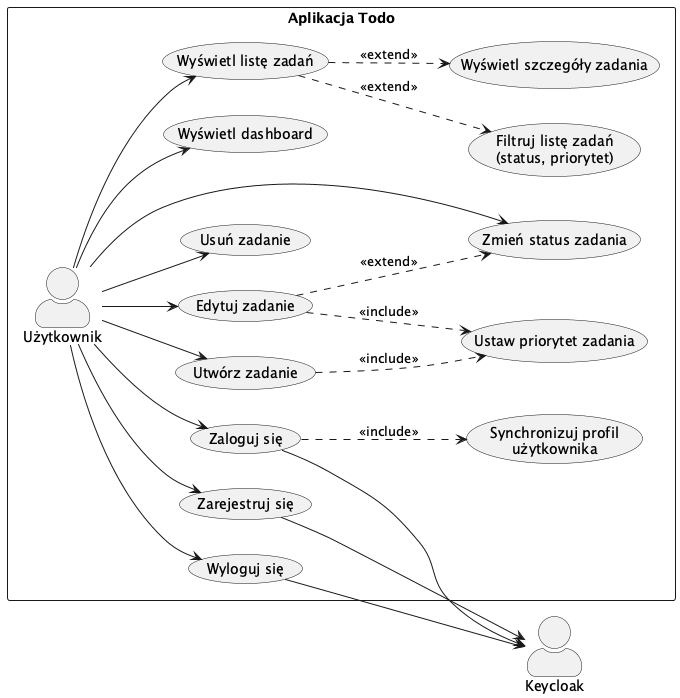
This is doc/diagrams/use_case_diagram.png from codingbart/todoapp, a PlantUML export, as it was before one commit.
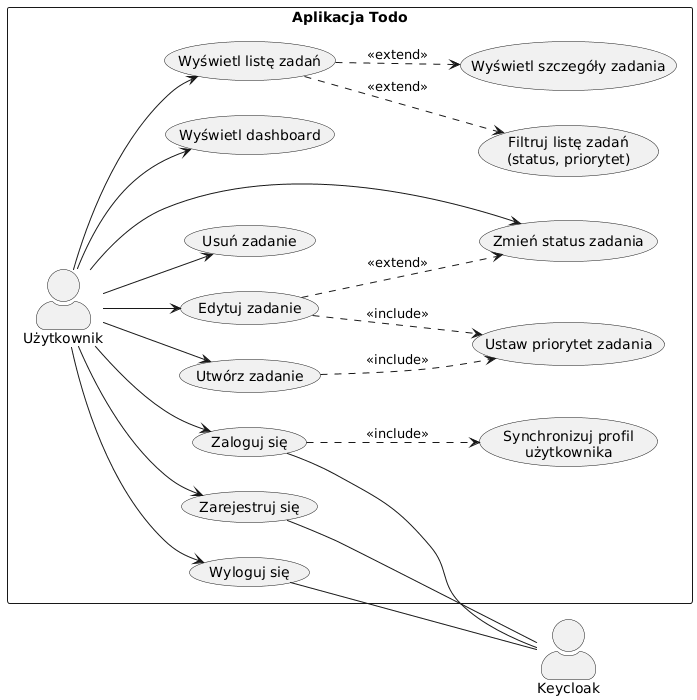
After the commit.

What changed in the source:
```diff
@@ -40,8 +40,8 @@
 User --> UC11
 User --> UC13
 
-UC1 --> KC
-UC2 --> KC
-UC3 --> KC
+UC1 -- KC
+UC2 -- KC
+UC3 -- KC
 
 @enduml
```
